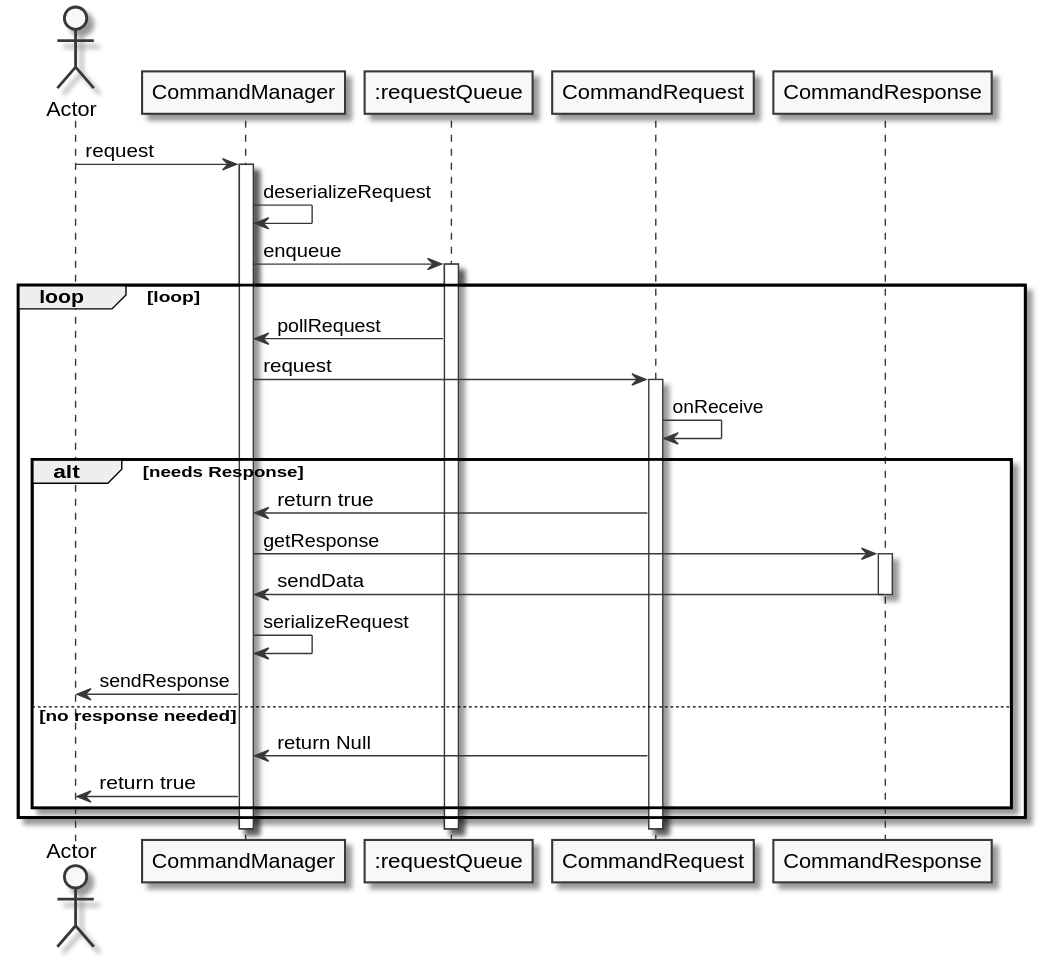
This is docs/sequence_uml/command_manager.svg from avrocha/plant-floor-control, a PlantUML export, as it was before one commit.
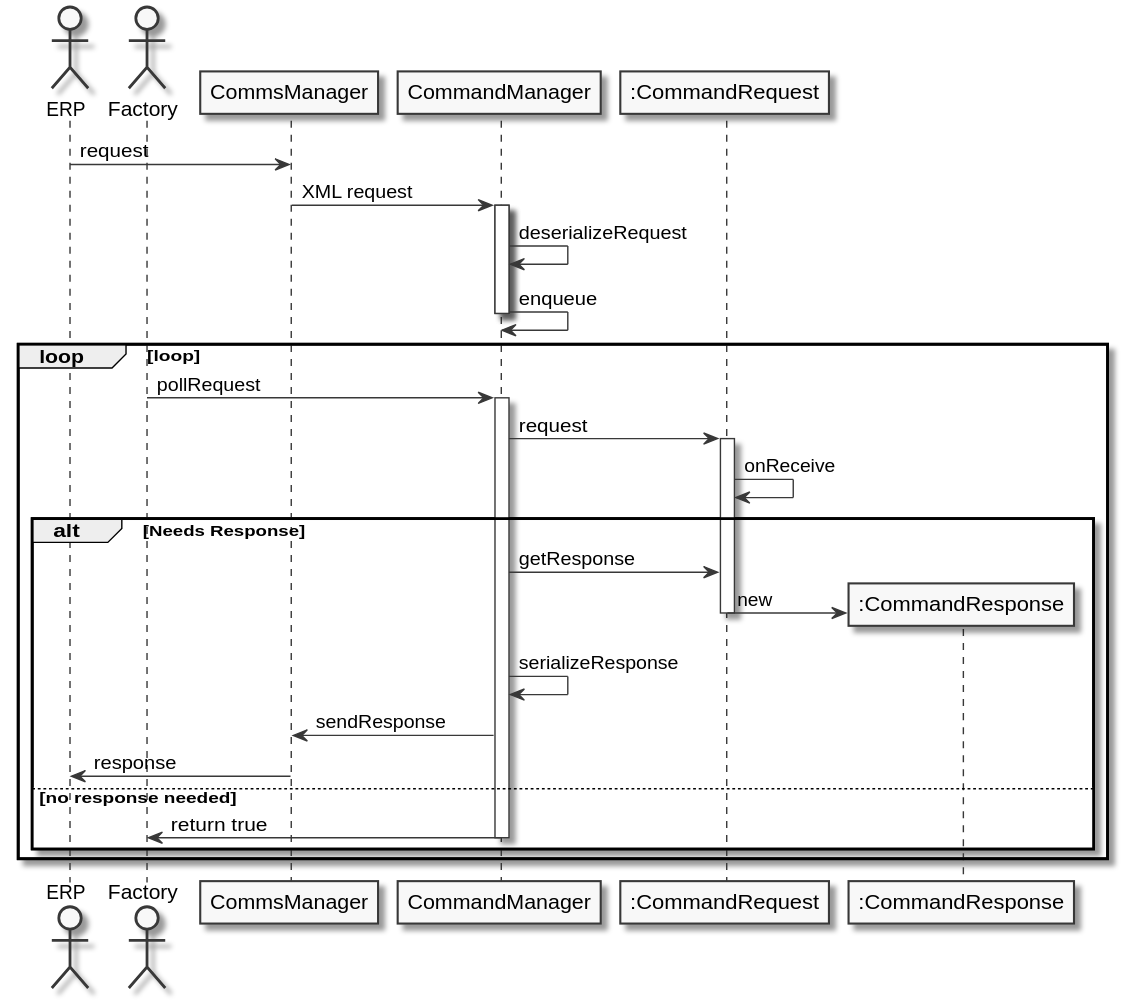
After the change.

Change to the diagram source:
```diff
@@ -5,37 +5,46 @@
 skinparam classAttributeIconSize 0
 
 
-Actor Actor
-
-Actor -> CommandManager: request
+Actor ERP
+Actor Factory
+ERP ->CommsManager: request
+CommsManager ->CommandManager: XML request
 activate CommandManager
 
 CommandManager->CommandManager: deserializeRequest
 
-CommandManager->":requestQueue": enqueue
-activate ":requestQueue"
+CommandManager->CommandManager: enqueue
+deactivate CommandManager
 
 loop loop
-":requestQueue"->CommandManager: pollRequest
-CommandManager->CommandRequest: request
-activate CommandRequest
 
-CommandRequest->CommandRequest: onReceive
 
-alt needs Response
-    CommandRequest->CommandManager: return true
-    CommandManager->CommandResponse: getResponse
-    activate CommandResponse
-    CommandResponse->CommandManager: sendData
-    deactivate CommandResponse
-    CommandManager->CommandManager: serializeRequest
-    CommandManager->Actor: sendResponse
+Factory->CommandManager: pollRequest
+activate CommandManager
+
+CommandManager->":CommandRequest": request
+activate ":CommandRequest"
+
+":CommandRequest"->":CommandRequest": onReceive
+
+alt  Needs Response
+    CommandManager->":CommandRequest": getResponse
+
+    Create ":CommandResponse"
+    ":CommandRequest"->":CommandResponse": new
+    deactivate ":CommandRequest"
+
+
+
+    CommandManager->CommandManager: serializeResponse
+    CommandManager->CommsManager: sendResponse
+    CommsManager ->ERP: response
 
 
 
     else no response needed
-        CommandRequest->CommandManager: return Null
-        CommandManager->Actor: return true
+        CommandManager->Factory: return true
+        deactivate CommandManager
 
 end
 
```
